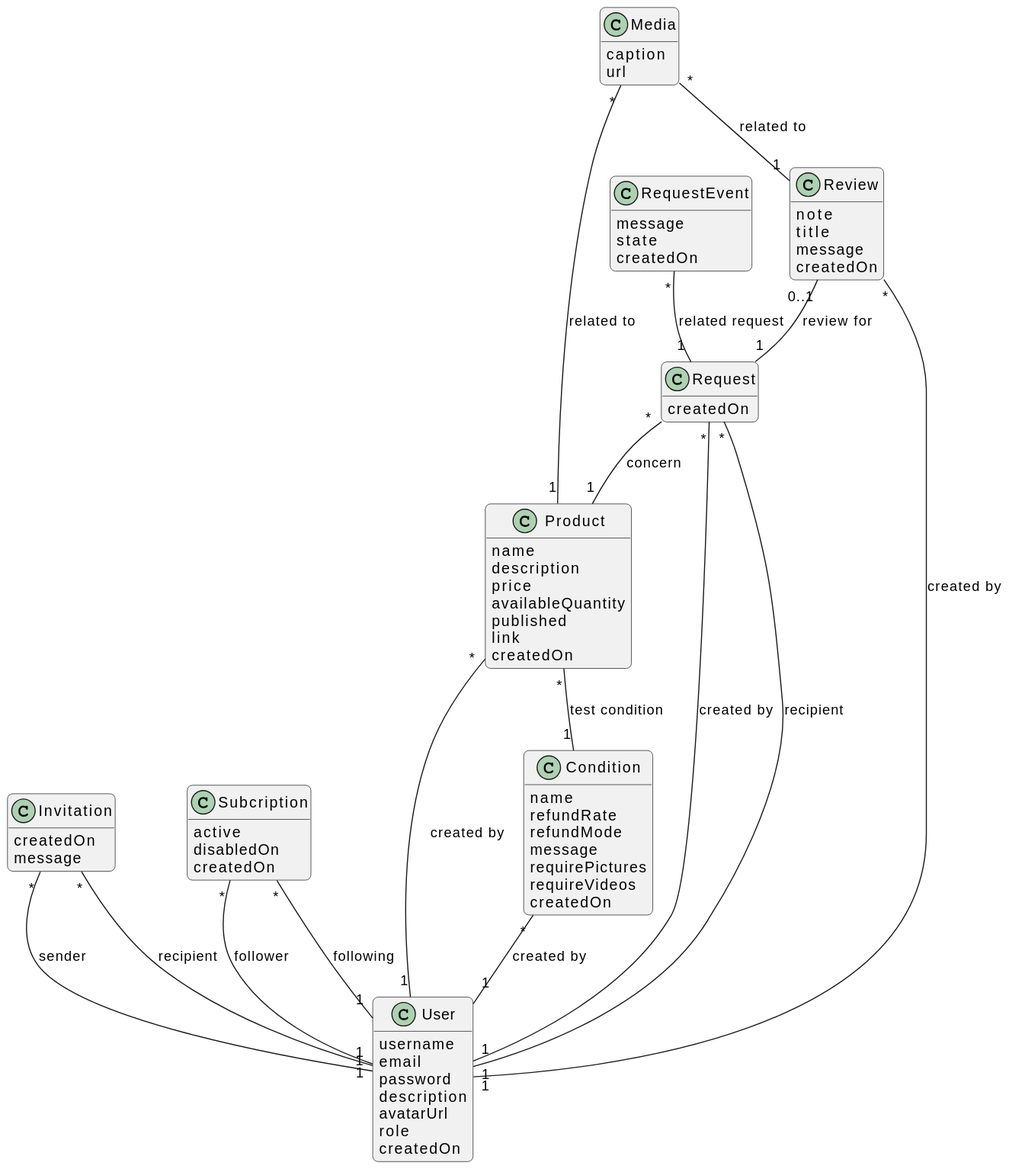
Earlier version of the PlantUML export models/conceptual.svg (Livl-Corporation/livl-reviews).
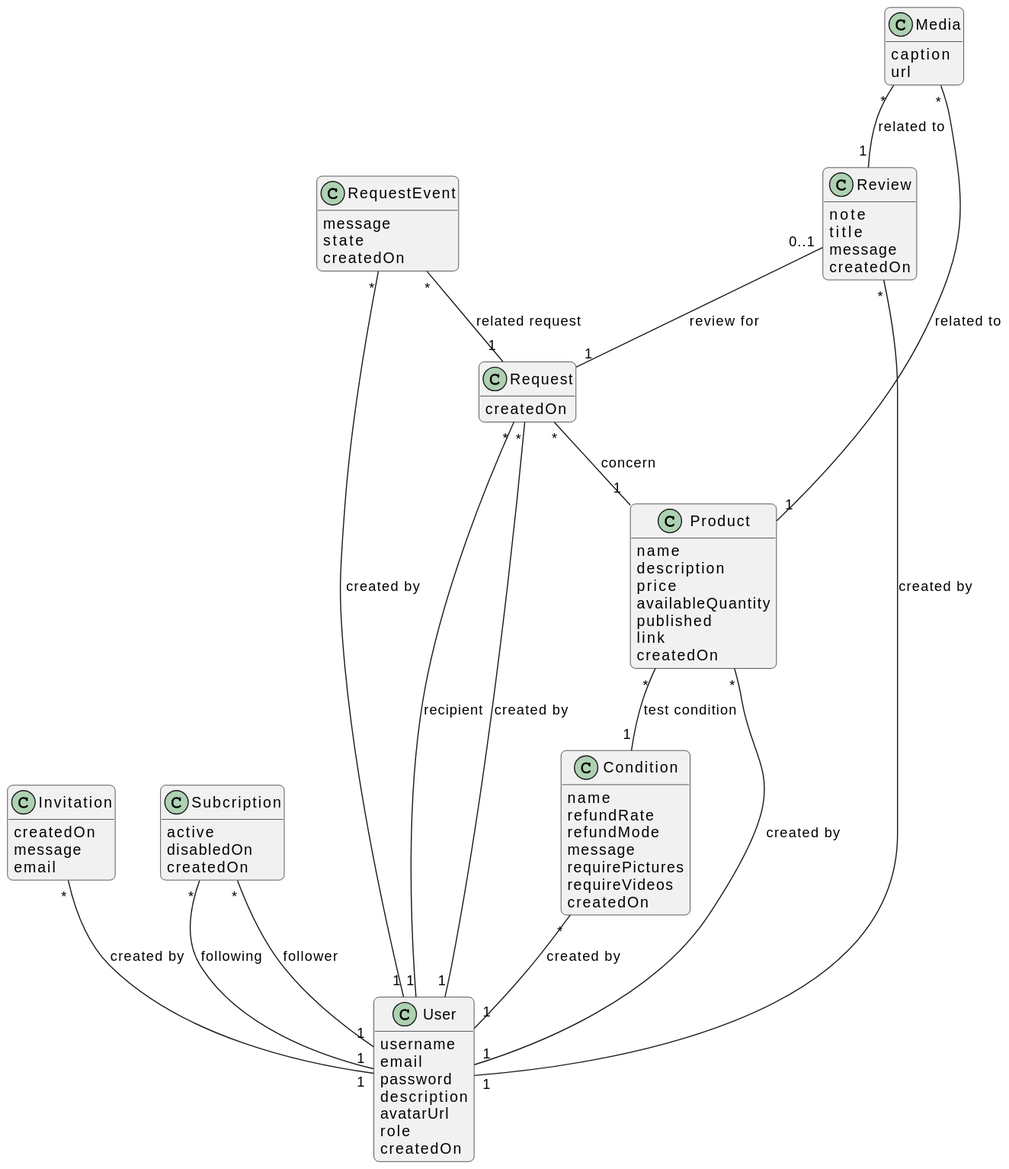
After the change.

Commit message:
feat(model): update conceptual diagram and transcription to logical

Diff of the diagram source:
```diff
@@ -16,6 +16,7 @@
 class Invitation {
     createdOn
     message
+    email
 }
 
 class Subcription {
@@ -66,8 +67,7 @@
     url
 }
 
-Invitation "*" -- "1" User : sender
-Invitation "*" -- "1" User : recipient
+Invitation "*" -- "1" User : created by
 
 Subcription "*" -- "1" User : follower
 Subcription "*" -- "1" User : following
@@ -77,6 +77,7 @@
 Request "*" -- "1" User : recipient
 
 RequestEvent "*" -- "1" Request : related request
+RequestEvent "*" -- "1" User : created by
 
 Review "*" -- "1" User : created by
 Review "0..1" -- "1" Request : review for
```
